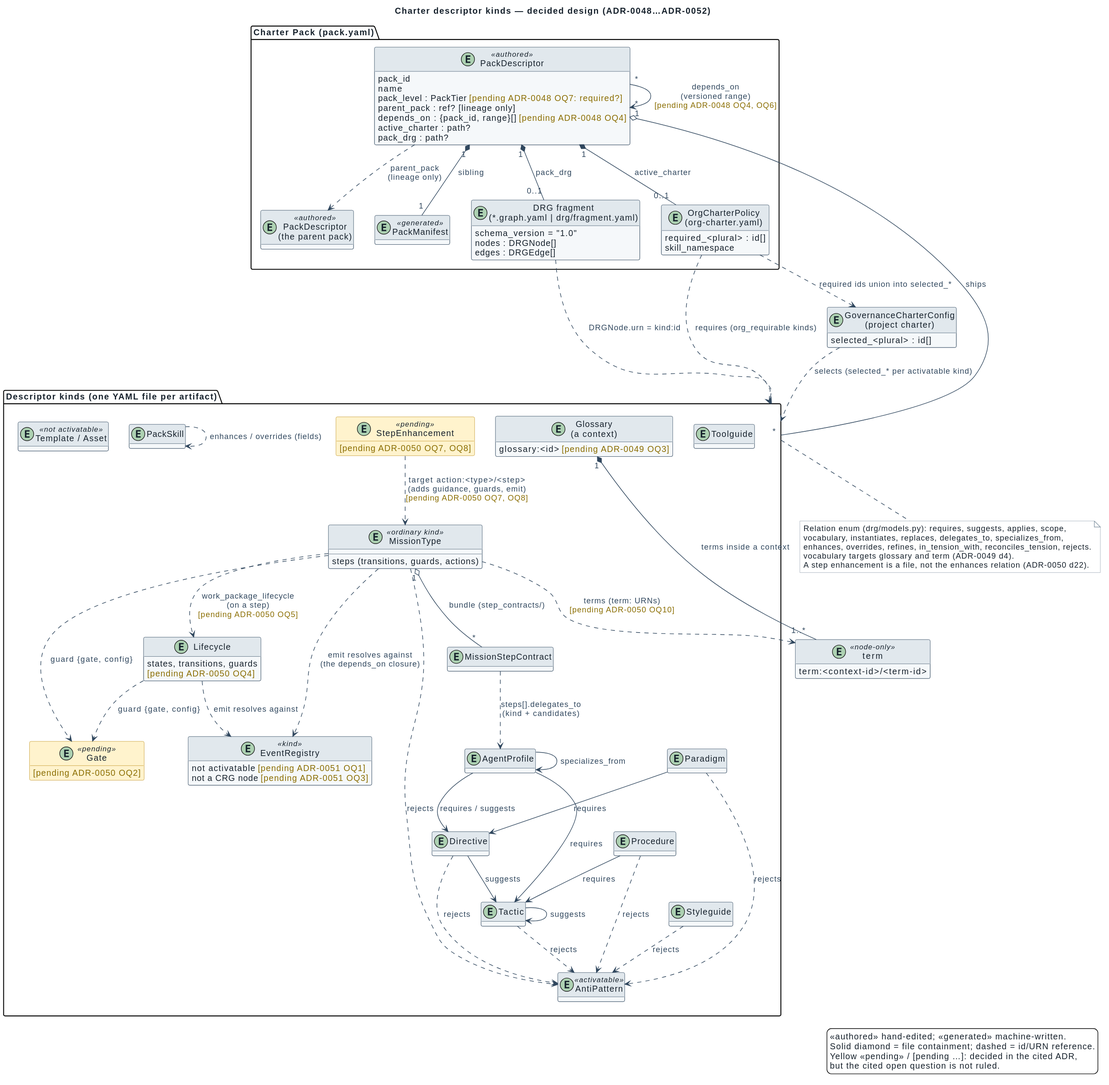
spec-kitty/spec-kitty-charter keeps this PlantUML diagram as docs/architecture/diagrams/descriptor-kinds-overview.svg. Above is the earlier version.
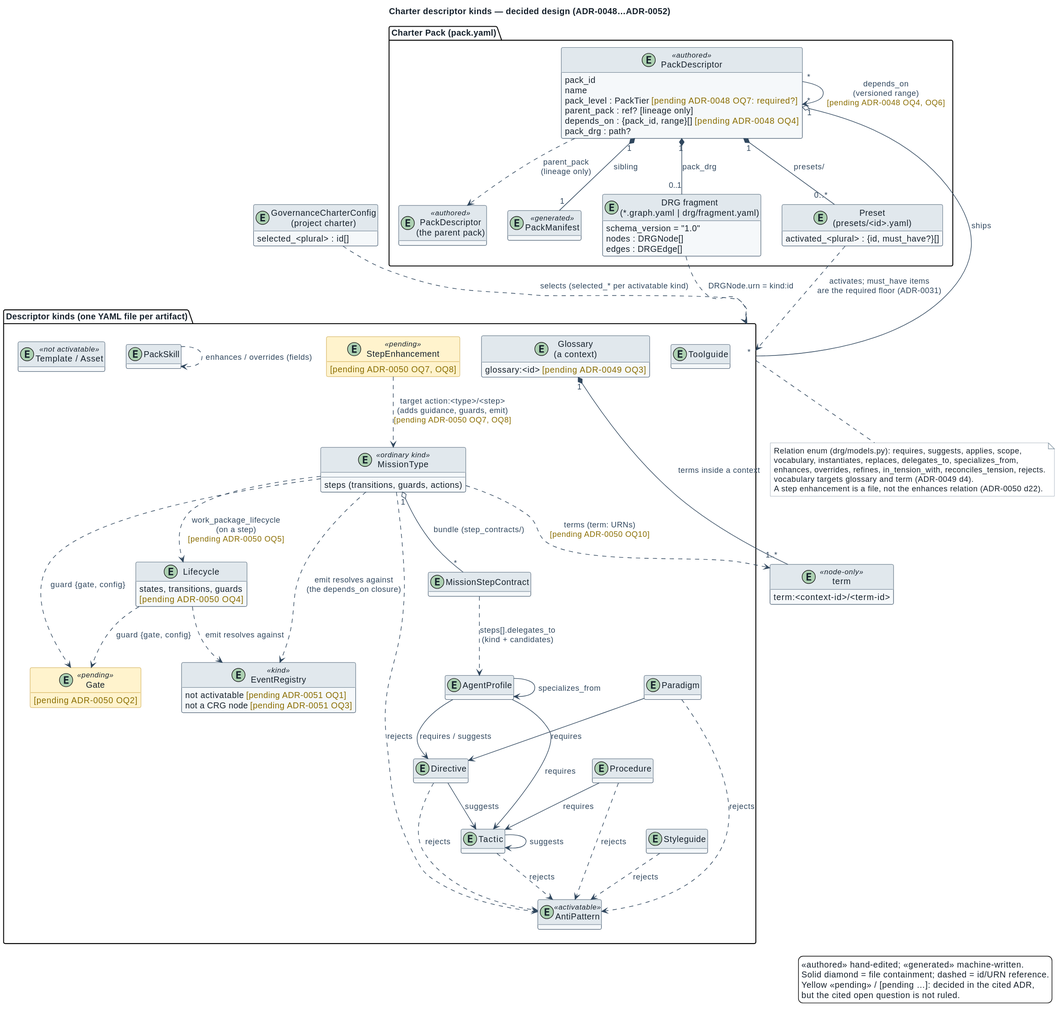
Above is the later version.

What changed in the source:
```diff
@@ -9,7 +9,6 @@
     pack_level : PackTier <color:#8A6D00>[pending ADR-0048 OQ7: required?]</color>
     parent_pack : ref? [lineage only]
     depends_on : {pack_id, range}[] <color:#8A6D00>[pending ADR-0048 OQ4]</color>
-    active_charter : path?
     pack_drg : path?
   }
   entity "PackDescriptor\n(the parent pack)" as PDP <<authored>>
@@ -19,9 +18,8 @@
     nodes : DRGNode[]
     edges : DRGEdge[]
   }
-  entity "OrgCharterPolicy\n(org-charter.yaml)" as OC {
-    required_<plural> : id[]
-    skill_namespace
+  entity "Preset\n(presets/<id>.yaml)" as PS {
+    activated_<plural> : {id, must_have?}[]
   }
 }
 
@@ -69,14 +67,13 @@
 
 PD "1" *-- "1" PM : sibling
 PD "1" *-- "0..1" FRAG : pack_drg
-PD "1" *-- "0..1" OC : active_charter
+PD "1" *-- "0..*" PS : presets/
 PD "1" o-- "*" kinds : ships
 PD "*" --> "*" PD : depends_on\n(versioned range)\n<color:#8A6D00>[pending ADR-0048 OQ4, OQ6]</color>
 PD ..> PDP : parent_pack\n(lineage only)
 FRAG ..> kinds : DRGNode.urn = kind:id
-OC ..> kinds : requires (org_requirable kinds)
+PS ..> kinds : activates; must_have items\nare the required floor (ADR-0031)
 GC ..> kinds : selects (selected_* per activatable kind)
-OC ..> GC : required ids union into selected_*
 
 MissionType "1" o-- "*" MissionStepContract : bundle (step_contracts/)
 MissionType ..> Lifecycle : work_package_lifecycle\n(on a step)\n<color:#8A6D00>[pending ADR-0050 OQ5]</color>
```
